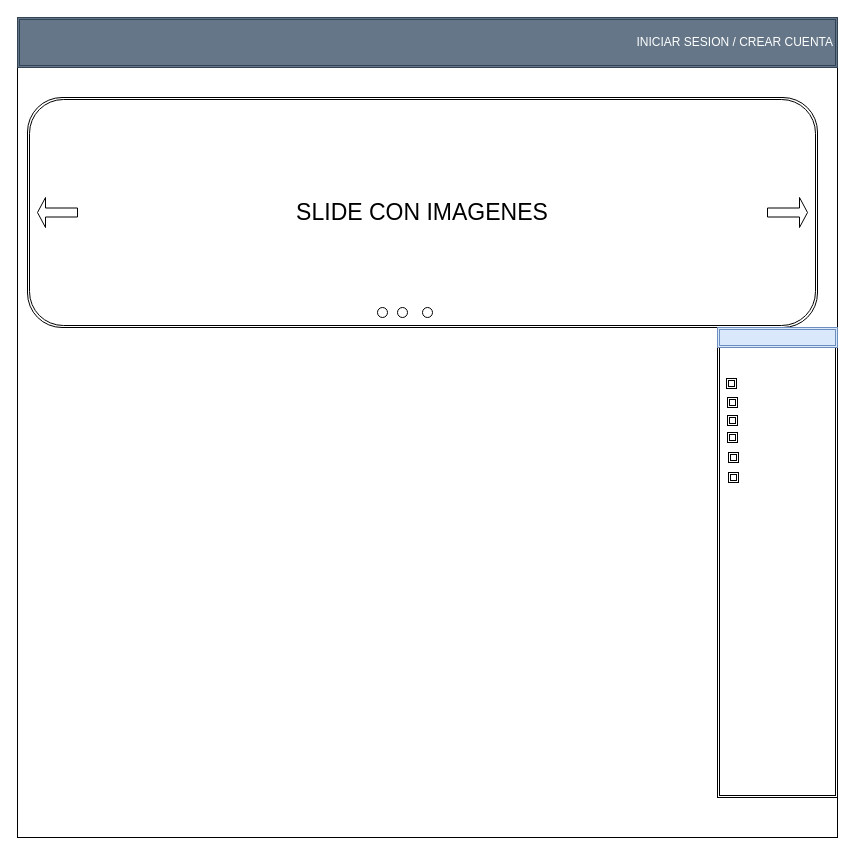
Before: UML/Design.drawio in Emmamendoza/Entrega_final_UTN, a draw.io diagram. Source tidied: cells renumbered, new cells numbered last; positions are measured from the earlier drawing's top-left corner, leaving out a move shared by most shapes. Both pictures are drawn from the tidied source at 100%, with x=0, y=0 at pixel (17, 17).
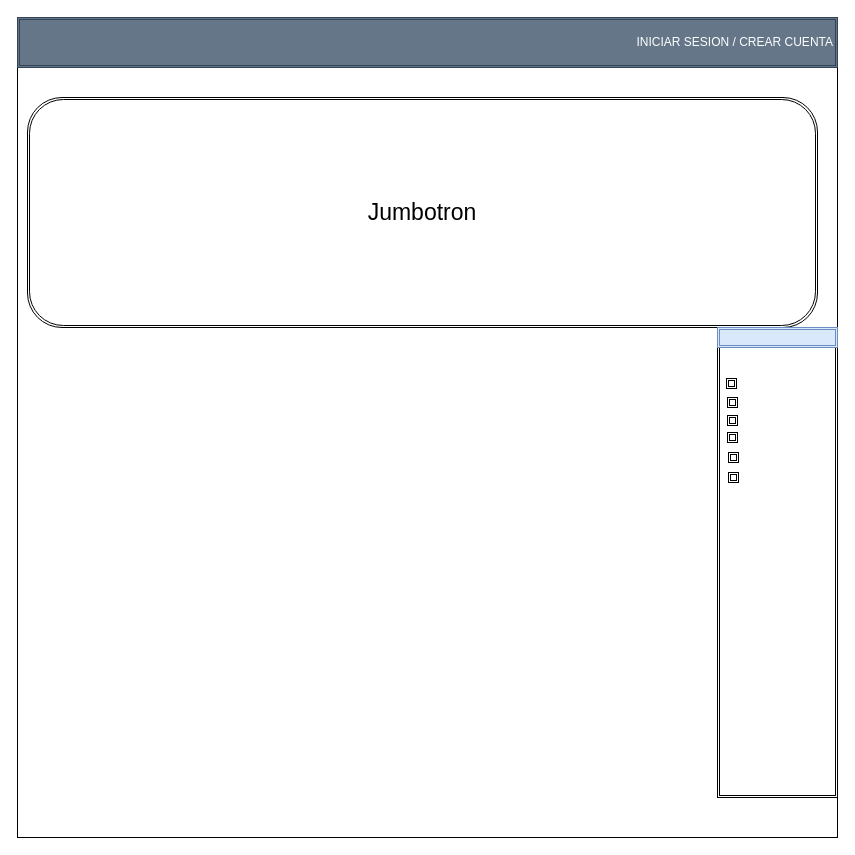
After the change.

What changed in the source:
```diff
@@
 <mxGraphModel>
   <root>
     <mxCell id="0" />
     <mxCell id="1" parent="0" />
     <mxCell id="2" style="whiteSpace=wrap;html=1;" parent="1" vertex="1">
       <mxGeometry width="820" height="820" as="geometry" />
     </mxCell>
     <mxCell id="3" value="INICIAR SESION / CREAR CUENTA" style="shape=ext;double=1;rounded=0;whiteSpace=wrap;html=1;align=right;fillColor=#647687;strokeColor=#314354;fontColor=#ffffff;" parent="1" vertex="1">
       <mxGeometry width="820" height="50" as="geometry" />
     </mxCell>
-    <mxCell id="4" value="&lt;font style=&quot;font-size: 23px&quot;&gt;SLIDE CON IMAGENES&lt;/font&gt;" style="shape=ext;double=1;rounded=1;whiteSpace=wrap;html=1;" parent="1" vertex="1">
+    <mxCell id="4" value="&lt;span style=&quot;font-size: 23px&quot;&gt;Jumbotron&lt;/span&gt;" style="shape=ext;double=1;rounded=1;whiteSpace=wrap;html=1;" parent="1" vertex="1">
       <mxGeometry x="10" y="80" width="790" height="230" as="geometry" />
     </mxCell>
-    <mxCell id="5" style="shape=singleArrow;whiteSpace=wrap;html=1;" parent="1" vertex="1">
-      <mxGeometry x="750" y="180" width="40" height="30" as="geometry" />
-    </mxCell>
-    <mxCell id="6" style="shape=singleArrow;direction=west;whiteSpace=wrap;html=1;" parent="1" vertex="1">
-      <mxGeometry x="20" y="180" width="40" height="30" as="geometry" />
-    </mxCell>
-    <mxCell id="7" style="ellipse;whiteSpace=wrap;html=1;" parent="1" vertex="1">
-      <mxGeometry x="360" y="290" width="10" height="10" as="geometry" />
-    </mxCell>
-    <mxCell id="8" style="ellipse;whiteSpace=wrap;html=1;" parent="1" vertex="1">
-      <mxGeometry x="380" y="290" width="10" height="10" as="geometry" />
-    </mxCell>
-    <mxCell id="9" style="ellipse;whiteSpace=wrap;html=1;" parent="1" vertex="1">
-      <mxGeometry x="405" y="290" width="10" height="10" as="geometry" />
-    </mxCell>
     <mxCell id="10" style="shape=ext;double=1;rounded=0;whiteSpace=wrap;html=1;strokeColor=#000000;" parent="1" vertex="1">
       <mxGeometry x="700" y="310" width="120" height="470" as="geometry" />
     </mxCell>
     <mxCell id="11" style="shape=ext;double=1;rounded=0;whiteSpace=wrap;html=1;strokeColor=#6c8ebf;fillColor=#dae8fc;" parent="1" vertex="1">
       <mxGeometry x="700" y="310" width="120" height="20" as="geometry" />
     </mxCell>
     <mxCell id="12" style="shape=ext;double=1;whiteSpace=wrap;html=1;strokeColor=#000000;fillColor=#ffffff;" parent="1" vertex="1">
       <mxGeometry x="709" y="361" width="10" height="10" as="geometry" />
     </mxCell>
     <mxCell id="13" style="shape=ext;double=1;whiteSpace=wrap;html=1;strokeColor=#000000;fillColor=#FFFFFF;" parent="1" vertex="1">
       <mxGeometry x="710" y="380" width="10" height="10" as="geometry" />
     </mxCell>
     <mxCell id="14" style="shape=ext;double=1;whiteSpace=wrap;html=1;strokeColor=#000000;fillColor=#FFFFFF;" parent="1" vertex="1">
       <mxGeometry x="710" y="398" width="10" height="10" as="geometry" />
     </mxCell>
     <mxCell id="15" style="shape=ext;double=1;whiteSpace=wrap;html=1;strokeColor=#000000;fillColor=#FFFFFF;" parent="1" vertex="1">
       <mxGeometry x="711" y="435" width="10" height="10" as="geometry" />
     </mxCell>
     <mxCell id="16" style="shape=ext;double=1;whiteSpace=wrap;html=1;strokeColor=#000000;fillColor=#FFFFFF;" parent="1" vertex="1">
       <mxGeometry x="710" y="415" width="10" height="10" as="geometry" />
     </mxCell>
     <mxCell id="17" style="shape=ext;double=1;whiteSpace=wrap;html=1;strokeColor=#000000;fillColor=#ffffff;" parent="1" vertex="1">
       <mxGeometry x="711" y="455" width="10" height="10" as="geometry" />
     </mxCell>
   </root>
 </mxGraphModel>
```
